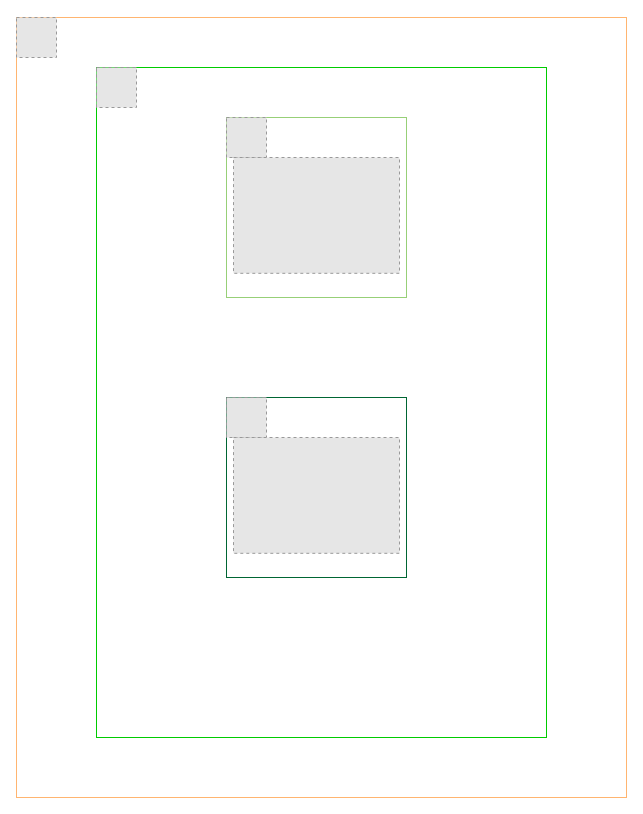
Above: VPC.drawio in SaranKumar516/Diagrams (draw.io), before the change. Source tidied: cells renumbered, new cells numbered last; positions are measured from the earlier drawing's top-left corner, leaving out a move shared by most shapes. Both pictures are drawn from the tidied source at 100%, with x=0, y=0 at pixel (16, 17). Pictures stored in the file or linked from it are replaced by grey dashed boxes.
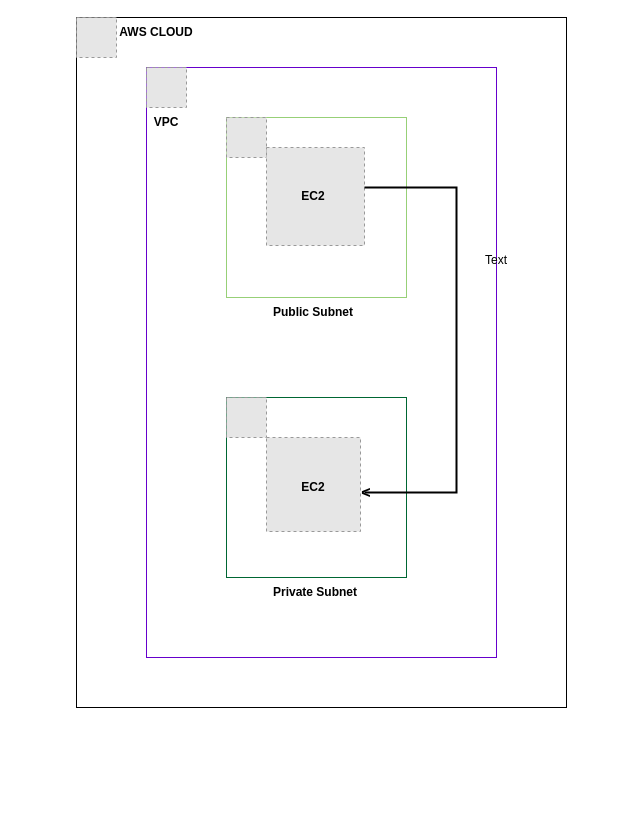
The same diagram, later.

Commit message:
diagram accessing private subnet

Change to the diagram source:
```diff
@@
-    <mxCell id="2" style="rounded=0;whiteSpace=wrap;html=1;strokeColor=#FFB570;" parent="1" vertex="1">
-      <mxGeometry width="610" height="780" as="geometry" />
+    <mxCell id="2" style="rounded=0;whiteSpace=wrap;html=1;strokeColor=#000000;" parent="1" vertex="1">
+      <mxGeometry x="60" width="490" height="690" as="geometry" />
     </mxCell>
-    <mxCell id="3" style="whiteSpace=wrap;html=1;direction=south;strokeColor=#00CC00;" parent="1" vertex="1">
-      <mxGeometry x="80" y="50" width="450" height="670" as="geometry" />
+    <mxCell id="3" style="whiteSpace=wrap;html=1;direction=south;strokeColor=#6600CC;fontStyle=1;" parent="1" vertex="1">
+      <mxGeometry x="130" y="50" width="350" height="590" as="geometry" />
     </mxCell>
@@
     <mxCell id="6" style="fillColor=#E6E6E6;strokeColor=#999999;dashed=1;verticalLabelPosition=bottom;verticalAlign=top;" parent="1" vertex="1">
-      <mxGeometry width="40" height="40" as="geometry" />
+      <mxGeometry x="60" width="40" height="40" as="geometry" />
     </mxCell>
@@
-    <mxCell id="9" style="fillColor=#E6E6E6;strokeColor=#999999;dashed=1;verticalLabelPosition=bottom;verticalAlign=top;" parent="1" vertex="1">
-      <mxGeometry x="217" y="140" width="166" height="115.8" as="geometry" />
-    </mxCell>
-    <mxCell id="10" style="fillColor=#E6E6E6;strokeColor=#999999;dashed=1;verticalLabelPosition=bottom;verticalAlign=top;" parent="1" vertex="1">
-      <mxGeometry x="217" y="420" width="166" height="115.8" as="geometry" />
-    </mxCell>
     <mxCell id="11" style="fillColor=#E6E6E6;strokeColor=#999999;dashed=1;verticalLabelPosition=bottom;verticalAlign=top;" parent="1" vertex="1">
-      <mxGeometry x="80" y="50" width="40" height="40" as="geometry" />
+      <mxGeometry x="130" y="50" width="40" height="40" as="geometry" />
     </mxCell>
+    <mxCell id="12" style="fillColor=#E6E6E6;strokeColor=#999999;dashed=1;verticalLabelPosition=bottom;verticalAlign=top;" parent="1" vertex="1">
+      <mxGeometry x="250" y="130" width="98" height="98" as="geometry" />
+    </mxCell>
+    <mxCell id="13" style="fillColor=#E6E6E6;strokeColor=#999999;dashed=1;verticalLabelPosition=bottom;verticalAlign=top;" parent="1" vertex="1">
+      <mxGeometry x="250" y="420" width="94" height="94" as="geometry" />
+    </mxCell>
+    <mxCell id="14" value="Public Subnet" style="text;strokeColor=none;align=center;fillColor=none;html=1;verticalAlign=middle;whiteSpace=wrap;rounded=0;fontStyle=1;" parent="1" vertex="1">
+      <mxGeometry x="252" y="280" width="90" height="30" as="geometry" />
+    </mxCell>
+    <mxCell id="15" value="Text" style="text;strokeColor=none;align=center;fillColor=none;html=1;verticalAlign=middle;whiteSpace=wrap;rounded=0;" parent="1" vertex="1">
+      <mxGeometry x="450" y="228" width="60" height="30" as="geometry" />
+    </mxCell>
+    <mxCell id="16" value="AWS CLOUD" style="text;strokeColor=none;align=center;fillColor=none;html=1;verticalAlign=middle;whiteSpace=wrap;rounded=0;fontStyle=1;" parent="1" vertex="1">
+      <mxGeometry x="100" width="80" height="30" as="geometry" />
+    </mxCell>
+    <mxCell id="17" value="&lt;b&gt;EC2&lt;/b&gt;" style="text;strokeColor=none;align=center;fillColor=none;html=1;verticalAlign=middle;whiteSpace=wrap;rounded=0;" parent="1" vertex="1">
+      <mxGeometry x="267" y="164" width="60" height="30" as="geometry" />
+    </mxCell>
+    <mxCell id="18" value="&lt;b&gt;EC2&lt;/b&gt;" style="text;strokeColor=none;align=center;fillColor=none;html=1;verticalAlign=middle;whiteSpace=wrap;rounded=0;" parent="1" vertex="1">
+      <mxGeometry x="267" y="455" width="60" height="30" as="geometry" />
+    </mxCell>
+    <mxCell id="19" value="Private Subnet" style="text;strokeColor=none;align=center;fillColor=none;html=1;verticalAlign=middle;whiteSpace=wrap;rounded=0;fontStyle=1;" parent="1" vertex="1">
+      <mxGeometry x="254" y="560" width="90" height="30" as="geometry" />
+    </mxCell>
+    <mxCell id="20" value="VPC" style="text;strokeColor=none;align=center;fillColor=none;html=1;verticalAlign=middle;whiteSpace=wrap;rounded=0;fontStyle=1;" parent="1" vertex="1">
+      <mxGeometry x="120" y="90" width="60" height="30" as="geometry" />
+    </mxCell>
+    <mxCell id="21" style="strokeWidth=2;html=1;shape=mxgraph.flowchart.annotation_1;align=left;direction=west;" parent="1" vertex="1">
+      <mxGeometry x="348" y="170" width="92" height="305" as="geometry" />
+    </mxCell>
+    <mxCell id="22" value="&lt;b style=&quot;font-size: 16px;&quot;&gt;&amp;lt;&lt;/b&gt;" style="text;strokeColor=none;align=center;fillColor=none;html=1;verticalAlign=middle;whiteSpace=wrap;rounded=0;fontSize=16;" parent="1" vertex="1">
+      <mxGeometry x="320" y="455" width="60" height="40" as="geometry" />
+    </mxCell>
```
